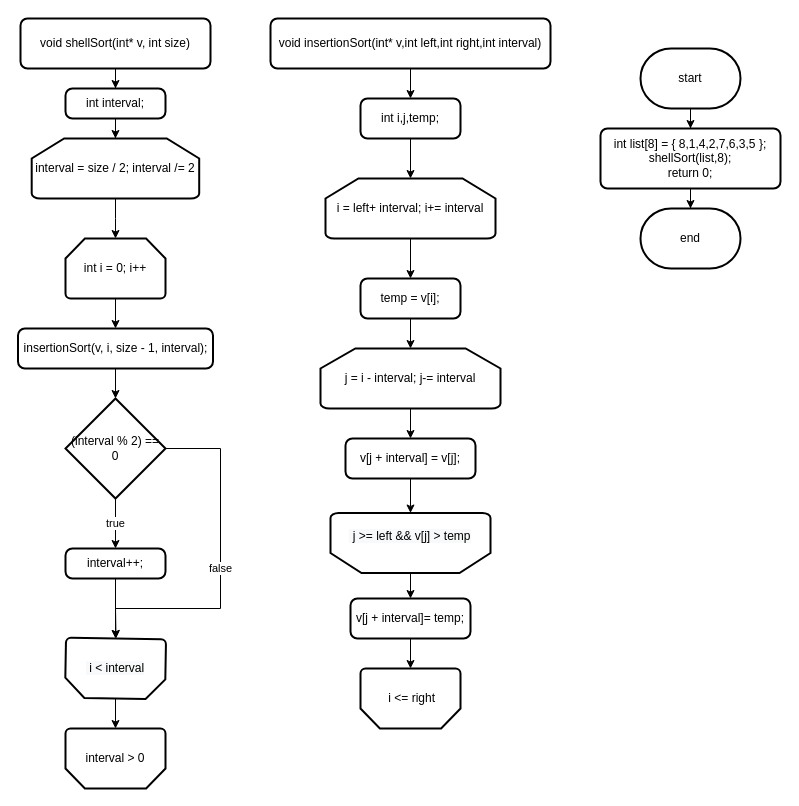
Earlier version of the draw.io diagram shellSortDiagram.drawio (JeongJunSoo94/ConsoleAlgorithm). Source tidied: cells renumbered, new cells numbered last; positions are measured from the earlier drawing's top-left corner, leaving out a move shared by most shapes. Both pictures are drawn from the tidied source at 100%, with x=0, y=0 at pixel (18, 18).
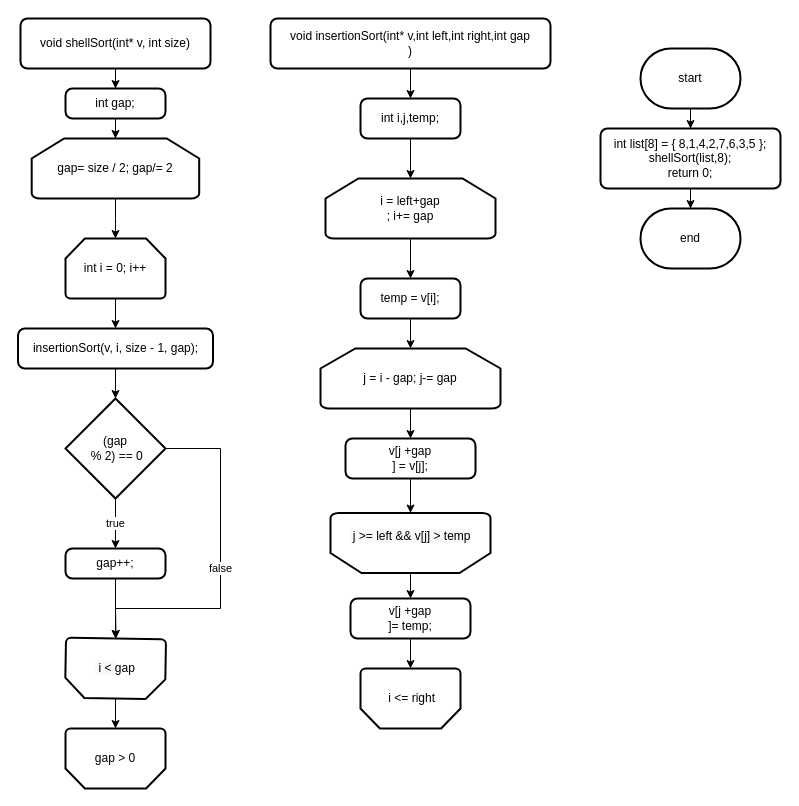
After the change.

What changed in the source:
```diff
@@
-    <mxCell id="10" value="int interval;" style="rounded=1;whiteSpace=wrap;html=1;absoluteArcSize=1;arcSize=14;strokeWidth=2;" parent="1" vertex="1">
+    <mxCell id="10" value="int gap;" style="rounded=1;whiteSpace=wrap;html=1;absoluteArcSize=1;arcSize=14;strokeWidth=2;" parent="1" vertex="1">
       <mxGeometry x="47" y="70" width="100" height="30" as="geometry" />
     </mxCell>
@@
-    <mxCell id="12" value="interval = size / 2; interval /= 2" style="strokeWidth=2;html=1;shape=mxgraph.flowchart.loop_limit;whiteSpace=wrap;" parent="1" vertex="1">
+    <mxCell id="12" value="gap= size / 2; gap/= 2" style="strokeWidth=2;html=1;shape=mxgraph.flowchart.loop_limit;whiteSpace=wrap;" parent="1" vertex="1">
       <mxGeometry x="13.2" y="120" width="167.5" height="60" as="geometry" />
     </mxCell>
@@
-    <mxCell id="16" value="insertionSort(v, i, size - 1, interval);" style="rounded=1;whiteSpace=wrap;html=1;absoluteArcSize=1;arcSize=14;strokeWidth=2;" parent="1" vertex="1">
+    <mxCell id="16" value="insertionSort(v, i, size - 1, gap);" style="rounded=1;whiteSpace=wrap;html=1;absoluteArcSize=1;arcSize=14;strokeWidth=2;" parent="1" vertex="1">
       <mxGeometry x="-0.5" y="310" width="195" height="40" as="geometry" />
     </mxCell>
@@
-    <mxCell id="19" value="(interval % 2) == 0" style="strokeWidth=2;html=1;shape=mxgraph.flowchart.decision;whiteSpace=wrap;" parent="1" vertex="1">
+    <mxCell id="19" value="(gap&lt;br&gt;&amp;nbsp;% 2) == 0" style="strokeWidth=2;html=1;shape=mxgraph.flowchart.decision;whiteSpace=wrap;" parent="1" vertex="1">
       <mxGeometry x="47" y="380" width="100" height="100" as="geometry" />
     </mxCell>
@@
-    <mxCell id="21" value="interval++;" style="rounded=1;whiteSpace=wrap;html=1;absoluteArcSize=1;arcSize=14;strokeWidth=2;" parent="1" vertex="1">
+    <mxCell id="21" value="gap++;" style="rounded=1;whiteSpace=wrap;html=1;absoluteArcSize=1;arcSize=14;strokeWidth=2;" parent="1" vertex="1">
       <mxGeometry x="47" y="530" width="100" height="30" as="geometry" />
     </mxCell>
@@
-    <mxCell id="26" value="void insertionSort(int* v,int left,int right,int interval)" style="rounded=1;whiteSpace=wrap;html=1;absoluteArcSize=1;arcSize=14;strokeWidth=2;" parent="1" vertex="1">
+    <mxCell id="26" value="void insertionSort(int* v,int left,int right,int gap&lt;br&gt;)" style="rounded=1;whiteSpace=wrap;html=1;absoluteArcSize=1;arcSize=14;strokeWidth=2;" parent="1" vertex="1">
       <mxGeometry x="252" width="280" height="50" as="geometry" />
     </mxCell>
@@
-    <mxCell id="30" value="i = left+ interval; i+= interval" style="strokeWidth=2;html=1;shape=mxgraph.flowchart.loop_limit;whiteSpace=wrap;" parent="1" vertex="1">
+    <mxCell id="30" value="i = left+gap&lt;br&gt;; i+= gap" style="strokeWidth=2;html=1;shape=mxgraph.flowchart.loop_limit;whiteSpace=wrap;" parent="1" vertex="1">
       <mxGeometry x="307" y="160" width="170" height="60" as="geometry" />
     </mxCell>
@@
-    <mxCell id="34" value="j = i - interval; j-= interval" style="strokeWidth=2;html=1;shape=mxgraph.flowchart.loop_limit;whiteSpace=wrap;" parent="1" vertex="1">
+    <mxCell id="34" value="j = i - gap; j-= gap" style="strokeWidth=2;html=1;shape=mxgraph.flowchart.loop_limit;whiteSpace=wrap;" parent="1" vertex="1">
       <mxGeometry x="302" y="330" width="180" height="60" as="geometry" />
     </mxCell>
@@
-    <mxCell id="36" value="v[j + interval] = v[j];" style="rounded=1;whiteSpace=wrap;html=1;absoluteArcSize=1;arcSize=14;strokeWidth=2;" parent="1" vertex="1">
+    <mxCell id="36" value="v[j +gap&lt;br&gt;] = v[j];" style="rounded=1;whiteSpace=wrap;html=1;absoluteArcSize=1;arcSize=14;strokeWidth=2;" parent="1" vertex="1">
       <mxGeometry x="327" y="420" width="130" height="40" as="geometry" />
     </mxCell>
@@
-    <mxCell id="40" value="v[j + interval]= temp;" style="rounded=1;whiteSpace=wrap;html=1;absoluteArcSize=1;arcSize=14;strokeWidth=2;" parent="1" vertex="1">
+    <mxCell id="40" value="v[j +gap&lt;br&gt;]= temp;" style="rounded=1;whiteSpace=wrap;html=1;absoluteArcSize=1;arcSize=14;strokeWidth=2;" parent="1" vertex="1">
       <mxGeometry x="332" y="580" width="120" height="40" as="geometry" />
     </mxCell>
@@
-    <mxCell id="42" value="&lt;span style=&quot;color: rgb(0, 0, 0); font-family: Helvetica; font-size: 12px; font-style: normal; font-variant-ligatures: normal; font-variant-caps: normal; font-weight: 400; letter-spacing: normal; orphans: 2; text-align: center; text-indent: 0px; text-transform: none; widows: 2; word-spacing: 0px; -webkit-text-stroke-width: 0px; background-color: rgb(248, 249, 250); text-decoration-thickness: initial; text-decoration-style: initial; text-decoration-color: initial; float: none; display: inline !important;&quot;&gt;&lt;span&gt;&amp;nbsp;&lt;/span&gt;i &amp;lt; interval&lt;/span&gt;" style="text;html=1;strokeColor=none;fillColor=none;align=center;verticalAlign=middle;whiteSpace=wrap;rounded=0;" parent="1" vertex="1">
+    <mxCell id="42" value="&lt;span style=&quot;color: rgb(0, 0, 0); font-family: Helvetica; font-size: 12px; font-style: normal; font-variant-ligatures: normal; font-variant-caps: normal; font-weight: 400; letter-spacing: normal; orphans: 2; text-align: center; text-indent: 0px; text-transform: none; widows: 2; word-spacing: 0px; -webkit-text-stroke-width: 0px; background-color: rgb(248, 249, 250); text-decoration-thickness: initial; text-decoration-style: initial; text-decoration-color: initial; float: none; display: inline !important;&quot;&gt;&lt;span&gt;&amp;nbsp;&lt;/span&gt;i &amp;lt;&amp;nbsp;&lt;/span&gt;gap" style="text;html=1;strokeColor=none;fillColor=none;align=center;verticalAlign=middle;whiteSpace=wrap;rounded=0;" parent="1" vertex="1">
       <mxGeometry x="62" y="635" width="70" height="30" as="geometry" />
     </mxCell>
-    <mxCell id="43" value="interval &amp;gt; 0" style="text;html=1;strokeColor=none;fillColor=none;align=center;verticalAlign=middle;whiteSpace=wrap;rounded=0;" parent="1" vertex="1">
+    <mxCell id="43" value="gap&amp;nbsp;&amp;gt; 0" style="text;html=1;strokeColor=none;fillColor=none;align=center;verticalAlign=middle;whiteSpace=wrap;rounded=0;" parent="1" vertex="1">
       <mxGeometry x="62" y="725" width="70" height="30" as="geometry" />
     </mxCell>
```
